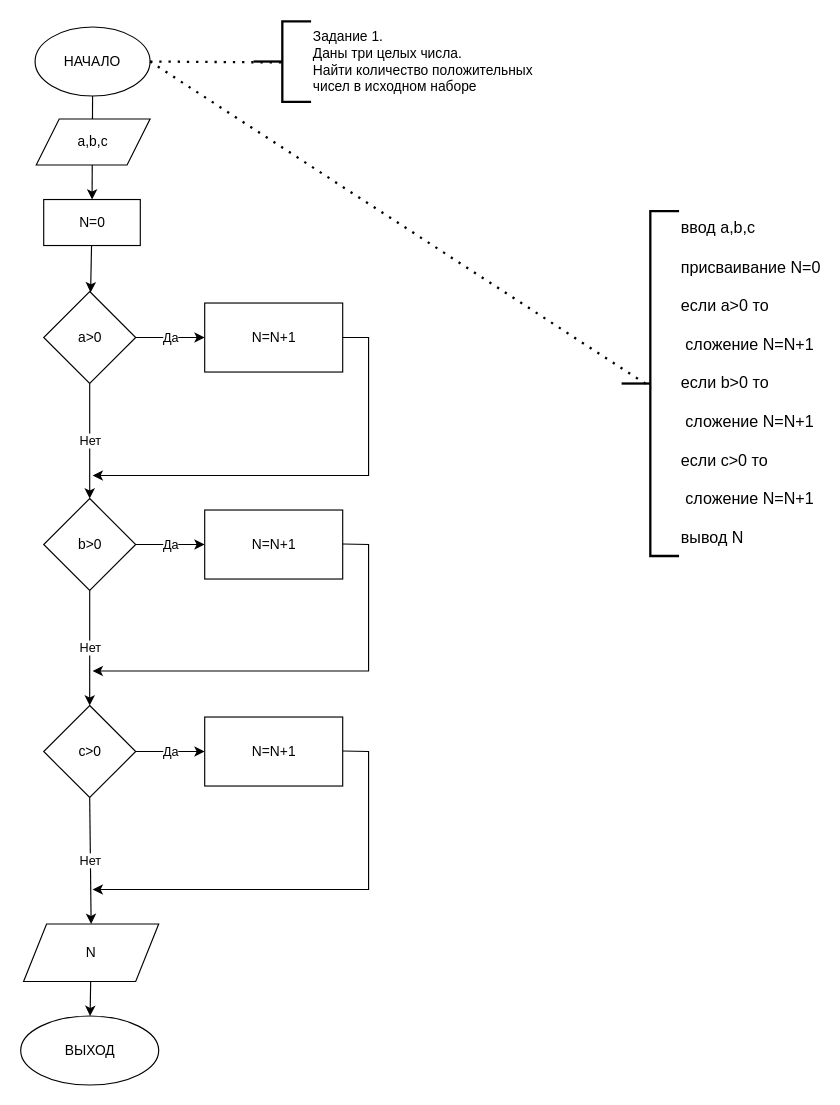
Above: Task_01_01.drawio in paweltaranov/Pawel_Taranov_Zadanie_01 (draw.io), before the change. Source tidied: cells renumbered, new cells numbered last; positions are measured from the earlier drawing's top-left corner, leaving out a move shared by most shapes. Both pictures are drawn from the tidied source at 115%, with x=0, y=0 at pixel (21, 21).
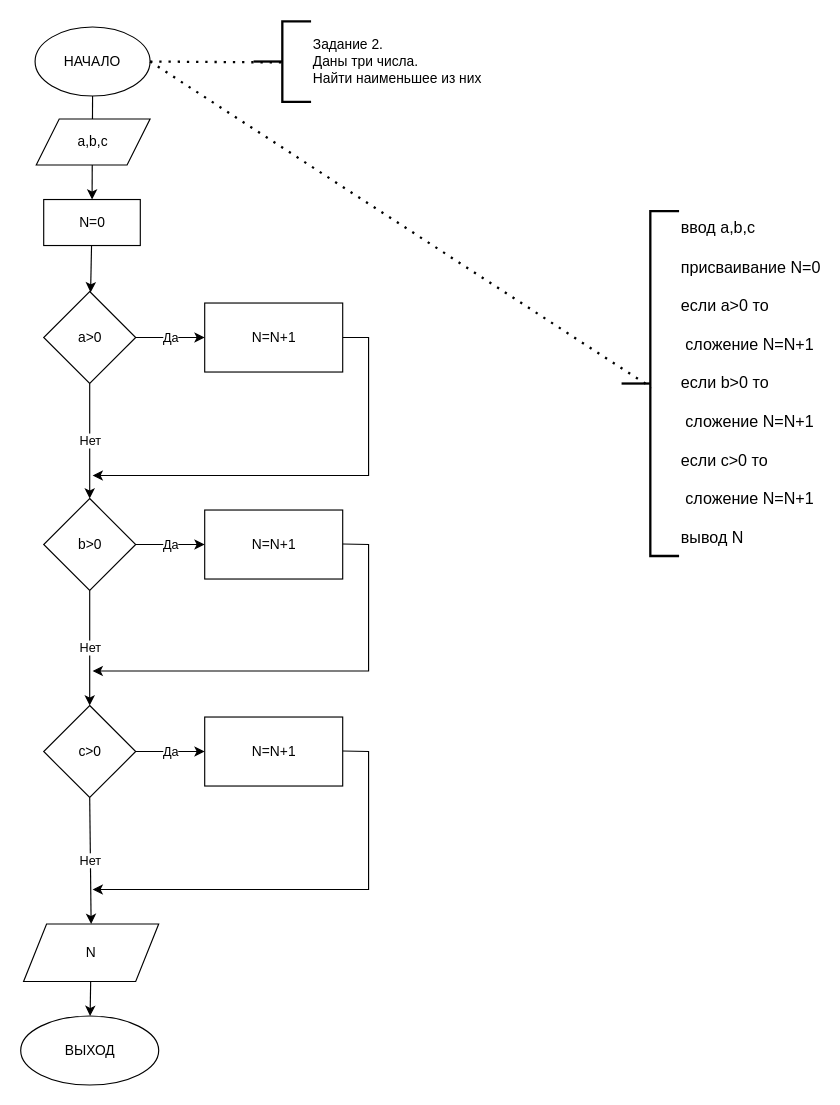
Above is the later version.

The edit, as a diff of the source:
```diff
@@
-    <mxCell id="26" value="Задание 1. &lt;br&gt;Даны три целых числа. &lt;br&gt;Найти количество положительных &lt;br&gt;чисел в исходном наборе" style="strokeWidth=2;html=1;shape=mxgraph.flowchart.annotation_2;align=left;labelPosition=right;" parent="1" vertex="1">
+    <mxCell id="26" value="Задание 2. &lt;br&gt;Даны три числа. &lt;br&gt;Найти наименьшее из них" style="strokeWidth=2;html=1;shape=mxgraph.flowchart.annotation_2;align=left;labelPosition=right;" parent="1" vertex="1">
       <mxGeometry x="202" width="50" height="70" as="geometry" />
     </mxCell>
```
